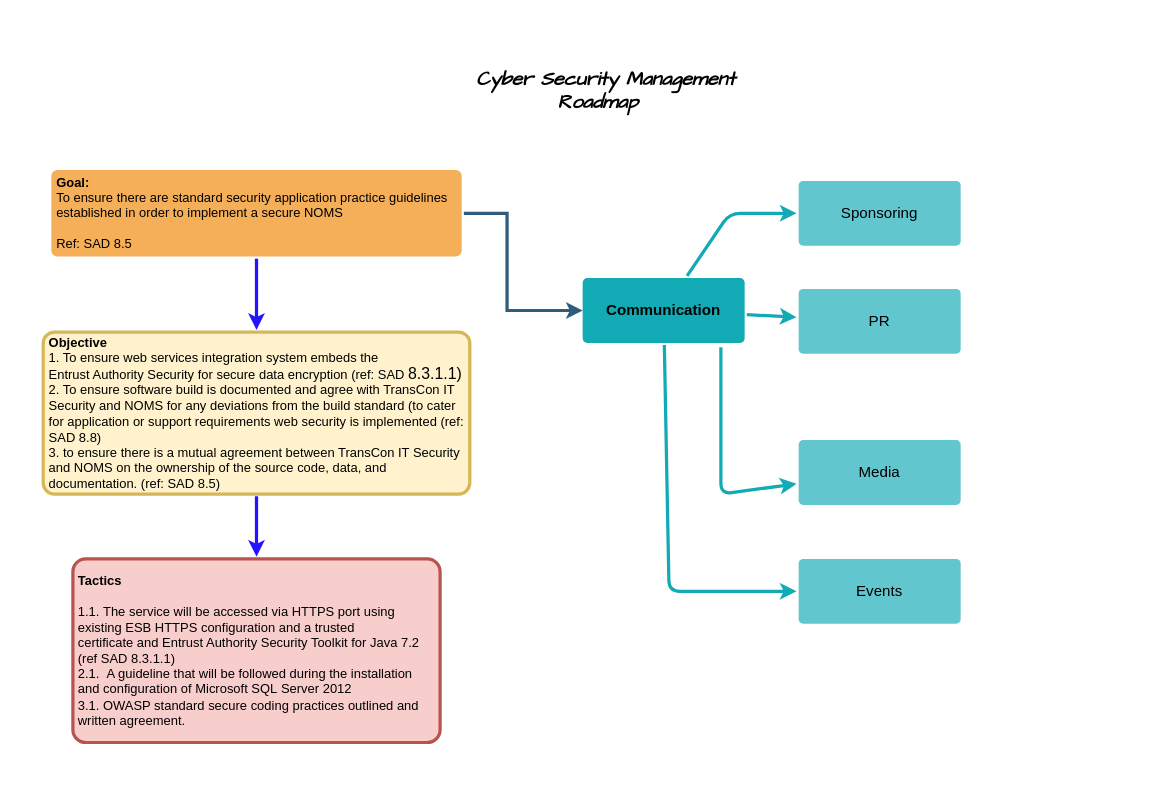
Earlier version of the draw.io diagram Untitled Diagram.drawio (manisharj/datafiles). Source tidied: cells renumbered, new cells numbered last; positions are measured from the earlier drawing's top-left corner, leaving out a move shared by most shapes. Both pictures are drawn from the tidied source at 108%, with x=0, y=0 at pixel (42, 18).
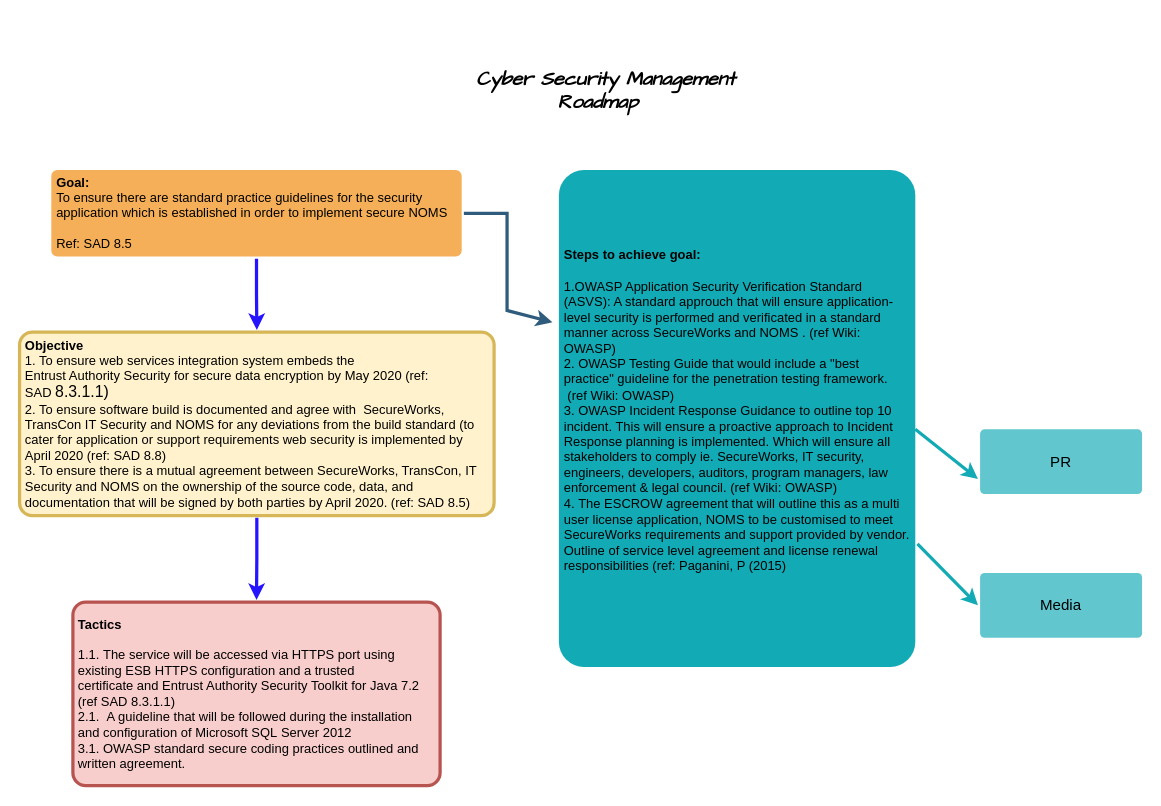
After the change.

What changed in the source:
```diff
@@
-    <mxCell id="2" style="edgeStyle=none;rounded=0;jumpStyle=none;html=1;shadow=0;labelBackgroundColor=none;startArrow=none;startFill=0;endArrow=classic;endFill=1;jettySize=auto;strokeColor=#2F5B7C;strokeWidth=3;fontFamily=Helvetica;fontSize=16;fontColor=#23445D;spacing=5;exitX=1;exitY=0.5;exitDx=0;exitDy=0;" parent="1" edge="1" source="7">
+    <mxCell id="2" style="edgeStyle=none;rounded=0;jumpStyle=none;html=1;shadow=0;labelBackgroundColor=none;startArrow=none;startFill=0;endArrow=classic;endFill=1;jettySize=auto;strokeColor=#2F5B7C;strokeWidth=3;fontFamily=Helvetica;fontSize=16;fontColor=#23445D;spacing=5;exitX=1;exitY=0.5;exitDx=0;exitDy=0;entryX=-0.012;entryY=0.308;entryDx=0;entryDy=0;entryPerimeter=0;" parent="1" edge="1" source="7" target="8">
       <mxGeometry relative="1" as="geometry">
-        <mxPoint x="500" y="270" as="targetPoint" />
         <Array as="points">
           <mxPoint x="430" y="180" />
           <mxPoint x="430" y="270" />
         </Array>
       </mxGeometry>
     </mxCell>
     <mxCell id="3" value="&lt;b&gt;Tactics&lt;/b&gt;&lt;br&gt;&lt;br&gt;1.1.&amp;nbsp;&lt;span&gt;The service will be accessed via HTTPS port using existing ESB HTTPS configuration and a trusted&lt;/span&gt;&lt;div&gt;certificate and&amp;nbsp;Entrust Authority Security Toolkit for Java 7.2 (ref SAD 8.3.1.1)&lt;/div&gt;2.1.&amp;nbsp;&lt;span&gt;&amp;nbsp;A guideline that will be followed during the installation and configuration of Microsoft SQL&amp;nbsp;&lt;/span&gt;&lt;span&gt;Server 2012&lt;/span&gt;&lt;span&gt;&lt;br&gt;&lt;/span&gt;3.1.&amp;nbsp;OWASP standard secure coding practices outlined and written agreement.&amp;nbsp;" style="rounded=1;whiteSpace=wrap;html=1;shadow=0;labelBackgroundColor=none;strokeColor=#b85450;strokeWidth=3;fillColor=#f8cecc;fontFamily=Helvetica;fontSize=12;align=left;fontStyle=0;spacing=5;arcSize=7;perimeterSpacing=2;" parent="1" vertex="1">
-      <mxGeometry x="28" y="500" width="340" height="170" as="geometry" />
+      <mxGeometry x="28" y="540" width="340" height="170" as="geometry" />
     </mxCell>
@@
-    <mxCell id="5" value="&lt;b&gt;&lt;br&gt;Objective&lt;br&gt;&lt;/b&gt;1. To ensure  web services integration system embeds the&lt;br&gt;Entrust Authority Security for secure data encryption (ref: SAD&amp;nbsp;&lt;span style=&quot;font-size: 11.0pt ; line-height: 107% ; font-family: &amp;#34;calibri&amp;#34; , sans-serif&quot;&gt;8.3.1.1)&lt;/span&gt;&lt;br&gt;2. To ensure software build is documented and agree with TransCon&amp;nbsp;IT Security and NOMS for any deviations from the build standard (to cater for&amp;nbsp;application or support requirements web security is implemented (ref: SAD 8.8)&lt;br&gt;3. to ensure there is a mutual agreement between TransCon IT Security and NOMS on the ownership of the source code, data, and documentation. (ref: SAD 8.5)&lt;br&gt;&amp;nbsp;&amp;nbsp;" style="rounded=1;whiteSpace=wrap;html=1;shadow=0;labelBackgroundColor=none;strokeColor=#d6b656;strokeWidth=3;fillColor=#fff2cc;fontFamily=Helvetica;fontSize=12;align=left;spacing=5;fontStyle=0;arcSize=7;perimeterSpacing=2;" parent="1" vertex="1">
-      <mxGeometry x="0.5" y="290" width="395" height="150" as="geometry" />
+    <mxCell id="5" value="&lt;b&gt;&lt;br&gt;Objective&lt;br&gt;&lt;/b&gt;1. To ensure  web services integration system embeds the&lt;br&gt;Entrust Authority Security for secure data encryption by May 2020 (ref: SAD&amp;nbsp;&lt;span style=&quot;font-size: 11.0pt ; line-height: 107% ; font-family: &amp;#34;calibri&amp;#34; , sans-serif&quot;&gt;8.3.1.1)&lt;/span&gt;&lt;br&gt;2. To ensure software build is documented and agree with&amp;nbsp; SecureWorks,&lt;br&gt;TransCon&amp;nbsp;IT Security and NOMS for any deviations from the build standard (to cater for&amp;nbsp;application or support requirements web security is implemented by April 2020 (ref: SAD 8.8)&lt;br&gt;3. To ensure there is a mutual agreement between SecureWorks, TransCon, IT Security and NOMS on the ownership of the source code, data, and documentation that will be signed by both parties by April 2020. (ref: SAD 8.5)&lt;br&gt;&amp;nbsp;&amp;nbsp;" style="rounded=1;whiteSpace=wrap;html=1;shadow=0;labelBackgroundColor=none;strokeColor=#d6b656;strokeWidth=3;fillColor=#fff2cc;fontFamily=Helvetica;fontSize=12;align=left;spacing=5;fontStyle=0;arcSize=7;perimeterSpacing=2;" parent="1" vertex="1">
+      <mxGeometry x="-21.4" y="290" width="439.4" height="170" as="geometry" />
     </mxCell>
@@
-    <mxCell id="7" value="&lt;b&gt;Goal:&lt;/b&gt; &lt;br&gt;To ensure there are standard security application practice guidelines established in order to implement a secure NOMS&lt;br style=&quot;font-size: 12px&quot;&gt;&lt;br style=&quot;font-size: 12px&quot;&gt;Ref: SAD 8.5" style="rounded=1;whiteSpace=wrap;html=1;shadow=0;labelBackgroundColor=none;strokeColor=none;strokeWidth=3;fillColor=#f5af58;fontFamily=Helvetica;fontSize=12;align=left;spacing=5;arcSize=7;perimeterSpacing=2;" parent="1" vertex="1">
+    <mxCell id="7" value="&lt;b&gt;Goal:&lt;/b&gt; &lt;br&gt;To ensure there are standard practice guidelines for the security application which is established in order to implement secure NOMS&lt;br style=&quot;font-size: 12px&quot;&gt;&lt;br style=&quot;font-size: 12px&quot;&gt;Ref: SAD 8.5" style="rounded=1;whiteSpace=wrap;html=1;shadow=0;labelBackgroundColor=none;strokeColor=none;strokeWidth=3;fillColor=#f5af58;fontFamily=Helvetica;fontSize=12;align=left;spacing=5;arcSize=7;perimeterSpacing=2;" parent="1" vertex="1">
       <mxGeometry x="8" y="140" width="380" height="80" as="geometry" />
     </mxCell>
-    <mxCell id="8" value="Communication" style="rounded=1;whiteSpace=wrap;html=1;shadow=0;labelBackgroundColor=none;strokeColor=none;strokeWidth=3;fillColor=#12aab5;fontFamily=Helvetica;fontSize=14;align=center;spacing=5;fontStyle=1;arcSize=7;perimeterSpacing=2;" parent="1" vertex="1">
-      <mxGeometry x="500" y="240" width="150" height="60" as="geometry" />
+    <mxCell id="8" value="&lt;b&gt;Steps to achieve goal:&amp;nbsp;&lt;br&gt;&lt;br&gt;&lt;/b&gt;1.&lt;span&gt;OWASP Application Security Verification Standard (ASVS): A standard approuch that will ensure&amp;nbsp;&lt;/span&gt;application-level security is performed and verificated in a standard manner across SecureWorks and NOMS&lt;span&gt;&amp;nbsp;. (ref Wiki: OWASP)&lt;/span&gt;&lt;div&gt;2. OWASP Testing Guide that would include a &quot;best practice&quot; guideline for the penetration testing framework.&amp;nbsp;&lt;/div&gt;&amp;nbsp;(ref Wiki: OWASP)&lt;div&gt;3. OWASP Incident Response Guidance to outline top 10 incident. This will ensure a proactive approach to Incident Response planning is implemented. Which will ensure all stakeholders to comply ie. SecureWorks, IT security, engineers, developers, auditors, program managers, law enforcement &amp;amp; legal council.&amp;nbsp;(ref Wiki: OWASP)&lt;/div&gt;&lt;div&gt;4.&amp;nbsp;&lt;span&gt;The ESCROW agreement that will outline this as a&lt;/span&gt;&lt;span&gt;&amp;nbsp;multi user license&amp;nbsp;application, NOMS to be customised to meet SecureWorks requirements and support provided by vendor. Outline of service level agreement and license renewal responsibilities (ref:&amp;nbsp;&lt;/span&gt;&lt;span&gt;Paganini, P (2015)&lt;/span&gt;&lt;/div&gt;&lt;div&gt;&lt;span&gt;&amp;nbsp;&lt;/span&gt;&lt;/div&gt;&lt;div&gt;&lt;/div&gt;" style="rounded=1;whiteSpace=wrap;html=1;shadow=0;labelBackgroundColor=none;strokeColor=none;strokeWidth=3;fillColor=#12aab5;fontFamily=Helvetica;fontSize=12;align=left;spacing=5;fontStyle=0;arcSize=7;perimeterSpacing=2;" parent="1" vertex="1">
+      <mxGeometry x="478" y="140" width="330" height="460" as="geometry" />
     </mxCell>
-    <mxCell id="9" value="Events" style="rounded=1;whiteSpace=wrap;html=1;shadow=0;labelBackgroundColor=none;strokeColor=none;strokeWidth=3;fillColor=#61c6ce;fontFamily=Helvetica;fontSize=14;align=center;spacing=5;fontStyle=0;arcSize=7;perimeterSpacing=2;" parent="1" vertex="1">
-      <mxGeometry x="700" y="500" width="150" height="60" as="geometry" />
-    </mxCell>
-    <mxCell id="10" style="edgeStyle=none;rounded=1;jumpStyle=none;html=1;shadow=0;labelBackgroundColor=none;startArrow=none;startFill=0;jettySize=auto;strokeColor=#12AAB5;strokeWidth=3;fontFamily=Helvetica;fontSize=14;fontColor=#FFFFFF;spacing=5;fontStyle=1;fillColor=#b0e3e6;" parent="1" edge="1" source="8">
-      <mxGeometry relative="1" as="geometry">
-        <mxPoint x="698" y="530" as="targetPoint" />
-        <Array as="points">
-          <mxPoint x="580" y="530" />
-        </Array>
-      </mxGeometry>
-    </mxCell>
     <mxCell id="11" value="Media" style="rounded=1;whiteSpace=wrap;html=1;shadow=0;labelBackgroundColor=none;strokeColor=none;strokeWidth=3;fillColor=#61c6ce;fontFamily=Helvetica;fontSize=14;align=center;spacing=5;fontStyle=0;arcSize=7;perimeterSpacing=2;" parent="1" vertex="1">
-      <mxGeometry x="700" y="390" width="150" height="60" as="geometry" />
+      <mxGeometry x="868" y="513" width="150" height="60" as="geometry" />
     </mxCell>
-    <mxCell id="12" style="edgeStyle=none;rounded=1;jumpStyle=none;html=1;shadow=0;labelBackgroundColor=none;startArrow=none;startFill=0;jettySize=auto;strokeColor=#12AAB5;strokeWidth=3;fontFamily=Helvetica;fontSize=14;fontColor=#FFFFFF;spacing=5;fontStyle=1;fillColor=#b0e3e6;exitX=0.844;exitY=1.031;exitDx=0;exitDy=0;exitPerimeter=0;" parent="1" edge="1" source="8" target="11">
-      <mxGeometry relative="1" as="geometry">
-        <Array as="points">
-          <mxPoint x="628" y="440" />
-        </Array>
-      </mxGeometry>
-    </mxCell>
-    <mxCell id="13" value="Sponsoring" style="rounded=1;whiteSpace=wrap;html=1;shadow=0;labelBackgroundColor=none;strokeColor=none;strokeWidth=3;fillColor=#61c6ce;fontFamily=Helvetica;fontSize=14;align=center;spacing=5;fontStyle=0;arcSize=7;perimeterSpacing=2;" parent="1" vertex="1">
-      <mxGeometry x="700" y="150" width="150" height="60" as="geometry" />
-    </mxCell>
-    <mxCell id="14" style="edgeStyle=none;rounded=1;jumpStyle=none;html=1;shadow=0;labelBackgroundColor=none;startArrow=none;startFill=0;jettySize=auto;strokeColor=#12AAB5;strokeWidth=3;fontFamily=Helvetica;fontSize=14;fontColor=#FFFFFF;spacing=5;fontStyle=1;fillColor=#b0e3e6;" parent="1" edge="1" source="8" target="13">
-      <mxGeometry relative="1" as="geometry">
-        <Array as="points">
-          <mxPoint x="636" y="180" />
-        </Array>
-      </mxGeometry>
-    </mxCell>
     <mxCell id="15" value="PR" style="rounded=1;whiteSpace=wrap;html=1;shadow=0;labelBackgroundColor=none;strokeColor=none;strokeWidth=3;fillColor=#61c6ce;fontFamily=Helvetica;fontSize=14;align=center;spacing=5;fontStyle=0;arcSize=7;perimeterSpacing=2;" parent="1" vertex="1">
-      <mxGeometry x="700" y="250" width="150" height="60" as="geometry" />
+      <mxGeometry x="868" y="380" width="150" height="60" as="geometry" />
     </mxCell>
-    <mxCell id="16" style="edgeStyle=none;rounded=1;jumpStyle=none;html=1;shadow=0;labelBackgroundColor=none;startArrow=none;startFill=0;jettySize=auto;strokeColor=#12AAB5;strokeWidth=3;fontFamily=Helvetica;fontSize=14;fontColor=#FFFFFF;spacing=5;fontStyle=1;fillColor=#b0e3e6;" parent="1" edge="1" source="8" target="15">
-      <mxGeometry relative="1" as="geometry" />
+    <mxCell id="16" style="edgeStyle=none;rounded=1;jumpStyle=none;html=1;shadow=0;labelBackgroundColor=none;startArrow=none;startFill=0;jettySize=auto;strokeColor=#12AAB5;strokeWidth=3;fontFamily=Helvetica;fontSize=14;fontColor=#FFFFFF;spacing=5;fontStyle=1;fillColor=#b0e3e6;entryX=0;entryY=0.75;entryDx=0;entryDy=0;" parent="1" edge="1" target="15">
+      <mxGeometry relative="1" as="geometry">
+        <mxPoint x="808" y="380" as="sourcePoint" />
+      </mxGeometry>
     </mxCell>
@@
+    <mxCell id="12" style="edgeStyle=none;rounded=1;jumpStyle=none;html=1;shadow=0;labelBackgroundColor=none;startArrow=none;startFill=0;jettySize=auto;strokeColor=#12AAB5;strokeWidth=3;fontFamily=Helvetica;fontSize=14;fontColor=#FFFFFF;spacing=5;fontStyle=1;fillColor=#b0e3e6;entryX=0;entryY=0.5;entryDx=0;entryDy=0;exitX=1;exitY=0.75;exitDx=0;exitDy=0;" parent="1" edge="1" source="8" target="11">
+      <mxGeometry relative="1" as="geometry" />
+    </mxCell>
```
